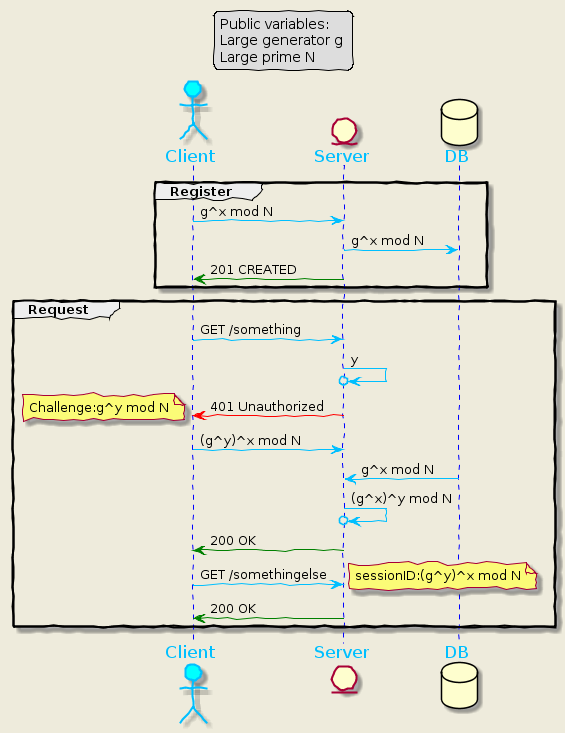
Above: diagram.png in maxamel/SpringZKAuth (PlantUML), before the change. Its diagram source:
```plantuml
@startuml
skinparam backgroundColor #EEEBDC
skinparam handwritten true
skinparam sequence {
	ArrowColor DeepSkyBlue
	ActorBorderColor DeepSkyBlue
        EntityBoderColor DeepSkyBlue
	LifeLineBorderColor blue
	LifeLineBackgroundColor #A9DCDF

	EntityBorderColor DeepSkyBlue
	EntityBackgroundColor DodgerBlue
	EntityFontName Impact
	EntityFontSize 17
	EntityFontColor #A9DCDF

	ActorBackgroundColor aqua
	ActorFontColor DeepSkyBlue
	ActorFontSize 17
	ActorFontName Aapex

        DatabaseBackgroundColor aqua
	DatabaseFontColor DeepSkyBlue
	DatabaseFontSize 17
	DatabaseFontName Aapex
}
legend top center
Public variables:
Large generator g
Large prime N
end legend
group Register
actor Client
entity Server
Client -> Server : g^x mod N
database DB
Server -> DB : g^x mod N
Server -[#green]> Client : 201 CREATED
end
group Request
Client -> Server : GET /something
Server ->o Server : y
Server -[#red]> Client : 401 Unauthorized
note left: Challenge:g^y mod N
Client -> Server : (g^y)^x mod N
DB -> Server : g^x mod N
Server ->o Server : (g^x)^y mod N
Server -[#green]> Client : 200 OK
Client -> Server : GET /somethingelse
note right : sessionID:(g^y)^x mod N
Server -[#green]> Client : 200 OK
end
@enduml
```
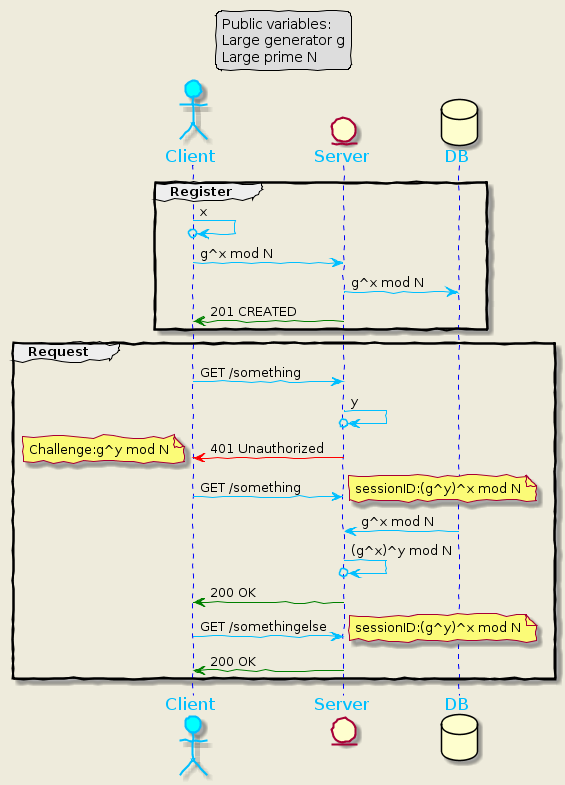
After the change.

Change to the diagram source:
```diff
@@ -29,9 +29,11 @@
 Large generator g
 Large prime N
 end legend
+
 group Register
 actor Client
 entity Server
+Client ->o Client : x
 Client -> Server : g^x mod N
 database DB
 Server -> DB : g^x mod N
@@ -42,7 +44,8 @@
 Server ->o Server : y
 Server -[#red]> Client : 401 Unauthorized
 note left: Challenge:g^y mod N
-Client -> Server : (g^y)^x mod N
+Client -> Server : GET /something
+note right : sessionID:(g^y)^x mod N
 DB -> Server : g^x mod N
 Server ->o Server : (g^x)^y mod N
 Server -[#green]> Client : 200 OK
```
